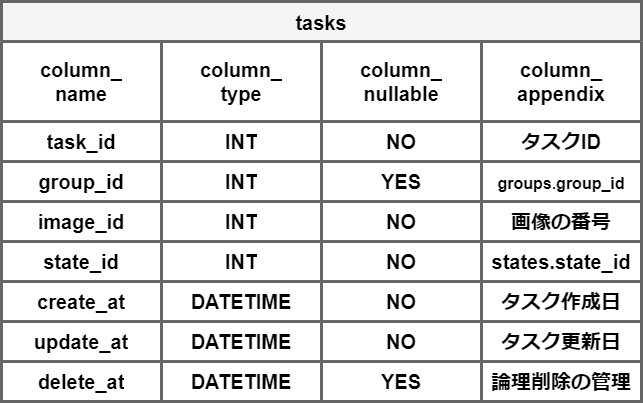
This is docs/仕様書/images/table_tasks.png from takaaaa-jun/check_annotator, a draw.io export, as it was before one commit. Source tidied: cells renumbered, new cells last; positions are measured from the earlier drawing's top-left corner, leaving out a move shared by most shapes.
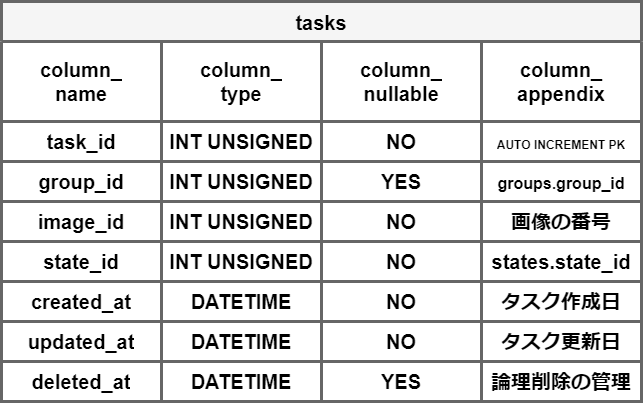
After the change.

What changed in the source:
```diff
@@ -26,13 +26,13 @@
     <mxCell id="9" value="task_id" style="shape=partialRectangle;html=1;whiteSpace=wrap;strokeColor=inherit;overflow=hidden;fillColor=none;top=0;left=0;bottom=0;right=0;fontSize=20;fontStyle=1;" parent="8" vertex="1">
       <mxGeometry width="160" height="40" as="geometry" />
     </mxCell>
-    <mxCell id="10" value="INT" style="shape=partialRectangle;html=1;whiteSpace=wrap;strokeColor=inherit;overflow=hidden;fillColor=none;top=0;left=0;bottom=0;right=0;fontSize=20;fontStyle=1;" parent="8" vertex="1">
+    <mxCell id="10" value="INT UNSIGNED" style="shape=partialRectangle;html=1;whiteSpace=wrap;strokeColor=inherit;overflow=hidden;fillColor=none;top=0;left=0;bottom=0;right=0;fontSize=20;fontStyle=1;" parent="8" vertex="1">
       <mxGeometry x="160" width="160" height="40" as="geometry" />
     </mxCell>
     <mxCell id="11" value="NO" style="shape=partialRectangle;html=1;whiteSpace=wrap;strokeColor=inherit;overflow=hidden;fillColor=none;top=0;left=0;bottom=0;right=0;fontSize=20;fontStyle=1;" parent="8" vertex="1">
       <mxGeometry x="320" width="160" height="40" as="geometry" />
     </mxCell>
-    <mxCell id="12" value="&lt;font style=&quot;font-size: 20px;&quot;&gt;タスクID&lt;/font&gt;" style="shape=partialRectangle;html=1;whiteSpace=wrap;strokeColor=inherit;overflow=hidden;fillColor=none;top=0;left=0;bottom=0;right=0;fontSize=20;fontStyle=1;" parent="8" vertex="1">
+    <mxCell id="12" value="&lt;font style=&quot;font-size: 12px;&quot;&gt;AUTO INCREMENT PK&lt;/font&gt;" style="shape=partialRectangle;html=1;whiteSpace=wrap;strokeColor=inherit;overflow=hidden;fillColor=none;top=0;left=0;bottom=0;right=0;fontSize=20;fontStyle=1;" parent="8" vertex="1">
       <mxGeometry x="480" width="160" height="40" as="geometry" />
     </mxCell>
     <mxCell id="13" style="shape=tableRow;horizontal=0;startSize=0;swimlaneHead=0;swimlaneBody=0;strokeColor=inherit;top=0;left=0;bottom=0;right=0;fillColor=none;fontSize=20;fontStyle=1;" parent="2" vertex="1">
@@ -41,7 +41,7 @@
     <mxCell id="14" value="group_id" style="shape=partialRectangle;html=1;whiteSpace=wrap;strokeColor=inherit;overflow=hidden;fillColor=none;top=0;left=0;bottom=0;right=0;fontSize=20;fontStyle=1;" parent="13" vertex="1">
       <mxGeometry width="160" height="40" as="geometry" />
     </mxCell>
-    <mxCell id="15" value="INT" style="shape=partialRectangle;html=1;whiteSpace=wrap;strokeColor=inherit;overflow=hidden;fillColor=none;top=0;left=0;bottom=0;right=0;fontSize=20;fontStyle=1;" parent="13" vertex="1">
+    <mxCell id="15" value="INT UNSIGNED" style="shape=partialRectangle;html=1;whiteSpace=wrap;strokeColor=inherit;overflow=hidden;fillColor=none;top=0;left=0;bottom=0;right=0;fontSize=20;fontStyle=1;" parent="13" vertex="1">
       <mxGeometry x="160" width="160" height="40" as="geometry" />
     </mxCell>
     <mxCell id="16" value="YES" style="shape=partialRectangle;html=1;whiteSpace=wrap;strokeColor=inherit;overflow=hidden;fillColor=none;top=0;left=0;bottom=0;right=0;fontSize=20;fontStyle=1;" parent="13" vertex="1">
@@ -56,7 +56,7 @@
     <mxCell id="19" value="image_id" style="shape=partialRectangle;html=1;whiteSpace=wrap;strokeColor=inherit;overflow=hidden;fillColor=none;top=0;left=0;bottom=0;right=0;fontSize=20;fontStyle=1;" parent="18" vertex="1">
       <mxGeometry width="160" height="40" as="geometry" />
     </mxCell>
-    <mxCell id="20" value="INT" style="shape=partialRectangle;html=1;whiteSpace=wrap;strokeColor=inherit;overflow=hidden;fillColor=none;top=0;left=0;bottom=0;right=0;fontSize=20;fontStyle=1;" parent="18" vertex="1">
+    <mxCell id="20" value="INT UNSIGNED" style="shape=partialRectangle;html=1;whiteSpace=wrap;strokeColor=inherit;overflow=hidden;fillColor=none;top=0;left=0;bottom=0;right=0;fontSize=20;fontStyle=1;" parent="18" vertex="1">
       <mxGeometry x="160" width="160" height="40" as="geometry" />
     </mxCell>
     <mxCell id="21" value="NO" style="shape=partialRectangle;html=1;whiteSpace=wrap;strokeColor=inherit;overflow=hidden;fillColor=none;top=0;left=0;bottom=0;right=0;fontSize=20;fontStyle=1;" parent="18" vertex="1">
@@ -71,7 +71,7 @@
     <mxCell id="24" value="state_id" style="shape=partialRectangle;html=1;whiteSpace=wrap;strokeColor=inherit;overflow=hidden;fillColor=none;top=0;left=0;bottom=0;right=0;fontSize=20;fontStyle=1;" parent="23" vertex="1">
       <mxGeometry width="160" height="40" as="geometry" />
     </mxCell>
-    <mxCell id="25" value="INT" style="shape=partialRectangle;html=1;whiteSpace=wrap;strokeColor=inherit;overflow=hidden;fillColor=none;top=0;left=0;bottom=0;right=0;fontSize=20;fontStyle=1;" parent="23" vertex="1">
+    <mxCell id="25" value="INT UNSIGNED" style="shape=partialRectangle;html=1;whiteSpace=wrap;strokeColor=inherit;overflow=hidden;fillColor=none;top=0;left=0;bottom=0;right=0;fontSize=20;fontStyle=1;" parent="23" vertex="1">
       <mxGeometry x="160" width="160" height="40" as="geometry" />
     </mxCell>
     <mxCell id="26" value="NO" style="shape=partialRectangle;html=1;whiteSpace=wrap;strokeColor=inherit;overflow=hidden;fillColor=none;top=0;left=0;bottom=0;right=0;fontSize=20;fontStyle=1;" parent="23" vertex="1">
@@ -83,7 +83,7 @@
     <mxCell id="28" style="shape=tableRow;horizontal=0;startSize=0;swimlaneHead=0;swimlaneBody=0;strokeColor=inherit;top=0;left=0;bottom=0;right=0;fillColor=none;fontSize=20;fontStyle=1;" parent="2" vertex="1">
       <mxGeometry y="280" width="640" height="40" as="geometry" />
     </mxCell>
-    <mxCell id="29" value="create_at" style="shape=partialRectangle;html=1;whiteSpace=wrap;strokeColor=inherit;overflow=hidden;fillColor=none;top=0;left=0;bottom=0;right=0;fontSize=20;fontStyle=1;" parent="28" vertex="1">
+    <mxCell id="29" value="created_at" style="shape=partialRectangle;html=1;whiteSpace=wrap;strokeColor=inherit;overflow=hidden;fillColor=none;top=0;left=0;bottom=0;right=0;fontSize=20;fontStyle=1;" parent="28" vertex="1">
       <mxGeometry width="160" height="40" as="geometry" />
     </mxCell>
     <mxCell id="30" value="DATETIME" style="shape=partialRectangle;html=1;whiteSpace=wrap;strokeColor=inherit;overflow=hidden;fillColor=none;top=0;left=0;bottom=0;right=0;fontSize=20;fontStyle=1;" parent="28" vertex="1">
@@ -98,7 +98,7 @@
     <mxCell id="33" style="shape=tableRow;horizontal=0;startSize=0;swimlaneHead=0;swimlaneBody=0;strokeColor=inherit;top=0;left=0;bottom=0;right=0;fillColor=none;fontSize=20;fontStyle=1;" parent="2" vertex="1">
       <mxGeometry y="320" width="640" height="40" as="geometry" />
     </mxCell>
-    <mxCell id="34" value="update_at" style="shape=partialRectangle;html=1;whiteSpace=wrap;strokeColor=inherit;overflow=hidden;fillColor=none;top=0;left=0;bottom=0;right=0;fontSize=20;fontStyle=1;" parent="33" vertex="1">
+    <mxCell id="34" value="updated_at" style="shape=partialRectangle;html=1;whiteSpace=wrap;strokeColor=inherit;overflow=hidden;fillColor=none;top=0;left=0;bottom=0;right=0;fontSize=20;fontStyle=1;" parent="33" vertex="1">
       <mxGeometry width="160" height="40" as="geometry" />
     </mxCell>
     <mxCell id="35" value="DATETIME" style="shape=partialRectangle;html=1;whiteSpace=wrap;strokeColor=inherit;overflow=hidden;fillColor=none;top=0;left=0;bottom=0;right=0;fontSize=20;fontStyle=1;" parent="33" vertex="1">
@@ -113,7 +113,7 @@
     <mxCell id="38" style="shape=tableRow;horizontal=0;startSize=0;swimlaneHead=0;swimlaneBody=0;strokeColor=inherit;top=0;left=0;bottom=0;right=0;fillColor=none;fontSize=20;fontStyle=1;" parent="2" vertex="1">
       <mxGeometry y="360" width="640" height="40" as="geometry" />
     </mxCell>
-    <mxCell id="39" value="delete_at" style="shape=partialRectangle;html=1;whiteSpace=wrap;strokeColor=inherit;overflow=hidden;fillColor=none;top=0;left=0;bottom=0;right=0;fontSize=20;fontStyle=1;" parent="38" vertex="1">
+    <mxCell id="39" value="deleted_at" style="shape=partialRectangle;html=1;whiteSpace=wrap;strokeColor=inherit;overflow=hidden;fillColor=none;top=0;left=0;bottom=0;right=0;fontSize=20;fontStyle=1;" parent="38" vertex="1">
       <mxGeometry width="160" height="40" as="geometry" />
     </mxCell>
     <mxCell id="40" value="DATETIME" style="shape=partialRectangle;html=1;whiteSpace=wrap;strokeColor=inherit;overflow=hidden;fillColor=none;top=0;left=0;bottom=0;right=0;fontSize=20;fontStyle=1;" parent="38" vertex="1">
```
